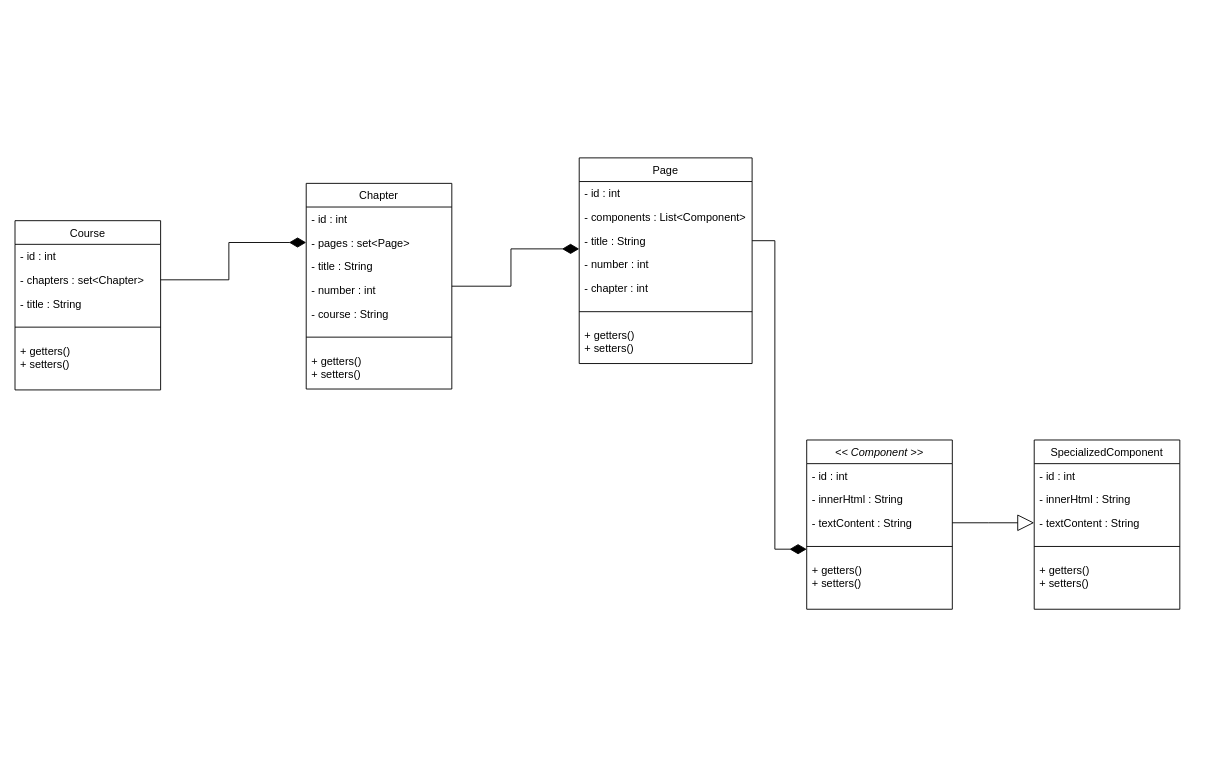
Before: system_design/wyswyg-editor.drawio in tomcruzana/wyswyg-article-editor, a draw.io diagram. Source tidied: cells renumbered, new cells numbered last; positions are measured from the earlier drawing's top-left corner, leaving out a move shared by most shapes. Both pictures are drawn from the tidied source at 91%, with x=0, y=0 at pixel (15, 157).
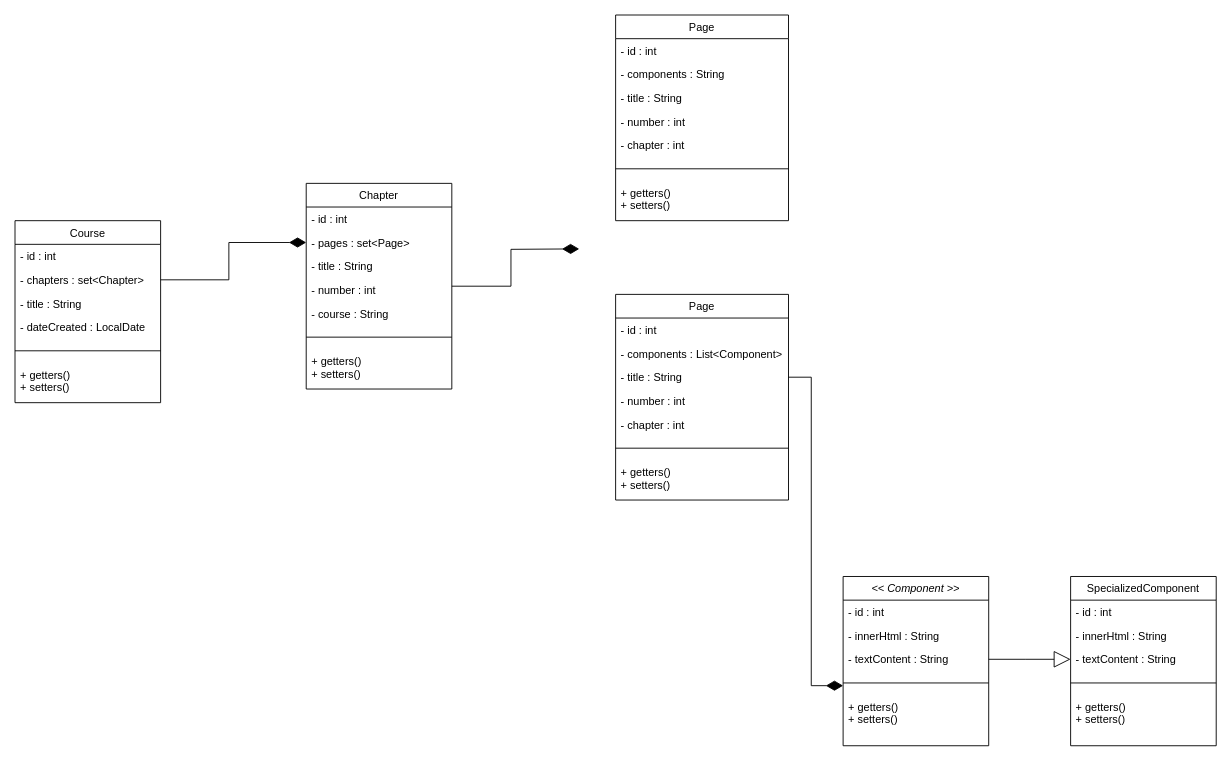
After the change.

The change refers to these unchanged cells:
```xml
<mxCell id="4" value="- chapters : set&lt;Chapter&gt;" style="text;align=left;verticalAlign=top;spacingLeft=4;spacingRight=4;overflow=hidden;points=[[0,0.5],[1,0.5]];portConstraint=eastwest;rounded=0;shadow=0;html=0;" parent="2" vertex="1">
  <mxGeometry y="52" width="160" height="26" as="geometry" />
</mxCell>
<mxCell id="9" value="Chapter" style="swimlane;fontStyle=0;align=center;verticalAlign=top;horizontal=1;startSize=26;rounded=0;shadow=0;strokeWidth=1;" parent="1" vertex="1">
  <mxGeometry x="320" y="28" width="160" height="226" as="geometry" />
</mxCell>
<mxCell id="11" value="- pages : set&lt;Page&gt;" style="text;align=left;verticalAlign=top;spacingLeft=4;spacingRight=4;overflow=hidden;points=[[0,0.5],[1,0.5]];portConstraint=eastwest;rounded=0;shadow=0;html=0;" parent="9" vertex="1">
  <mxGeometry y="52" width="160" height="26" as="geometry" />
</mxCell>
```

Change to the diagram source:
```diff
@@
     <mxCell id="2" value="Course" style="swimlane;fontStyle=0;align=center;verticalAlign=top;horizontal=1;startSize=26;rounded=0;shadow=0;strokeWidth=1;" parent="1" vertex="1">
-      <mxGeometry y="69" width="160" height="186" as="geometry" />
+      <mxGeometry y="69" width="160" height="200" as="geometry" />
     </mxCell>
@@
+    <mxCell id="40" value="- dateCreated : LocalDate" style="text;align=left;verticalAlign=top;spacingLeft=4;spacingRight=4;overflow=hidden;rounded=0;shadow=0;html=0;" parent="2" vertex="1">
+      <mxGeometry y="104" width="160" height="26" as="geometry" />
+    </mxCell>
     <mxCell id="6" style="line;html=1;strokeWidth=1;align=left;verticalAlign=middle;spacingTop=-1;spacingLeft=3;spacingRight=3;labelPosition=right;" parent="2" vertex="1">
-      <mxGeometry y="104" width="160" height="26" as="geometry" />
+      <mxGeometry y="130" width="160" height="26" as="geometry" />
     </mxCell>
     <mxCell id="7" value="+ getters()&#10;+ setters()" style="text;align=left;verticalAlign=top;spacingLeft=4;spacingRight=4;overflow=hidden;" parent="2" vertex="1">
-      <mxGeometry y="130" width="160" height="44" as="geometry" />
+      <mxGeometry y="156" width="160" height="44" as="geometry" />
     </mxCell>
-    <mxCell id="8" style="edgeStyle=orthogonalEdgeStyle;rounded=0;jettySize=auto;html=1;entryX=0;entryY=0.846;entryDx=0;entryDy=0;entryPerimeter=0;endArrow=diamondThin;endFill=1;endSize=16;strokeWidth=1;" parent="1" edge="1" source="9" target="20">
-      <mxGeometry relative="1" as="geometry" />
+    <mxCell id="8" style="edgeStyle=orthogonalEdgeStyle;rounded=0;jettySize=auto;html=1;entryX=0;entryY=0.846;entryDx=0;entryDy=0;entryPerimeter=0;endArrow=diamondThin;endFill=1;endSize=16;strokeWidth=1;" parent="1" edge="1" source="9">
+      <mxGeometry relative="1" as="geometry">
+        <mxPoint x="620" y="100" as="targetPoint" />
+      </mxGeometry>
     </mxCell>
@@
-    <mxCell id="17" value="Page" style="swimlane;fontStyle=0;align=center;verticalAlign=top;horizontal=1;startSize=26;rounded=0;shadow=0;strokeWidth=1;" parent="1" vertex="1">
-      <mxGeometry x="620" width="190" height="226" as="geometry" />
-    </mxCell>
-    <mxCell id="18" value="- id : int" style="text;align=left;verticalAlign=top;spacingLeft=4;spacingRight=4;overflow=hidden;" parent="17" vertex="1">
-      <mxGeometry y="26" width="190" height="26" as="geometry" />
-    </mxCell>
+    <mxCell id="38" style="edgeStyle=orthogonalEdgeStyle;rounded=0;jettySize=auto;html=1;entryX=0;entryY=0.5;entryDx=0;entryDy=0;endArrow=diamondThin;endFill=1;endSize=16;strokeWidth=1;" parent="1" edge="1" source="4" target="11">
+      <mxGeometry relative="1" as="geometry" />
+    </mxCell>
+    <mxCell id="41" value="Page" style="swimlane;fontStyle=0;align=center;verticalAlign=top;horizontal=1;startSize=26;rounded=0;shadow=0;strokeWidth=1;" parent="1" vertex="1">
+      <mxGeometry x="660" y="150" width="190" height="226" as="geometry" />
+    </mxCell>
+    <mxCell id="42" value="- id : int" style="text;align=left;verticalAlign=top;spacingLeft=4;spacingRight=4;overflow=hidden;" parent="41" vertex="1">
+      <mxGeometry y="26" width="190" height="26" as="geometry" />
+    </mxCell>
-    <mxCell id="19" value="- components : List&lt;Component&gt;" style="text;align=left;verticalAlign=top;spacingLeft=4;spacingRight=4;overflow=hidden;rounded=0;shadow=0;html=0;" parent="17" vertex="1">
+    <mxCell id="19" value="- components : List&lt;Component&gt;" style="text;align=left;verticalAlign=top;spacingLeft=4;spacingRight=4;overflow=hidden;rounded=0;shadow=0;html=0;" parent="41" vertex="1">
       <mxGeometry y="52" width="190" height="26" as="geometry" />
     </mxCell>
-    <mxCell id="20" value="- title : String" style="text;align=left;verticalAlign=top;spacingLeft=4;spacingRight=4;overflow=hidden;points=[[0,0.5],[1,0.5]];portConstraint=eastwest;rounded=0;shadow=0;html=0;" parent="17" vertex="1">
-      <mxGeometry y="78" width="190" height="26" as="geometry" />
-    </mxCell>
-    <mxCell id="21" value="- number : int" style="text;align=left;verticalAlign=top;spacingLeft=4;spacingRight=4;overflow=hidden;rounded=0;shadow=0;html=0;" parent="17" vertex="1">
-      <mxGeometry y="104" width="190" height="26" as="geometry" />
-    </mxCell>
-    <mxCell id="22" value="- chapter : int" style="text;align=left;verticalAlign=top;spacingLeft=4;spacingRight=4;overflow=hidden;rounded=0;shadow=0;html=0;" parent="17" vertex="1">
-      <mxGeometry y="130" width="190" height="26" as="geometry" />
-    </mxCell>
-    <mxCell id="23" style="line;html=1;strokeWidth=1;align=left;verticalAlign=middle;spacingTop=-1;spacingLeft=3;spacingRight=3;labelPosition=right;" parent="17" vertex="1">
-      <mxGeometry y="156" width="190" height="26" as="geometry" />
-    </mxCell>
-    <mxCell id="24" value="+ getters()&#10;+ setters()" style="text;align=left;verticalAlign=top;spacingLeft=4;spacingRight=4;overflow=hidden;" parent="17" vertex="1">
-      <mxGeometry y="182" width="190" height="44" as="geometry" />
-    </mxCell>
+    <mxCell id="43" value="- title : String" style="text;align=left;verticalAlign=top;spacingLeft=4;spacingRight=4;overflow=hidden;points=[[0,0.5],[1,0.5]];portConstraint=eastwest;rounded=0;shadow=0;html=0;" parent="41" vertex="1">
+      <mxGeometry y="78" width="190" height="26" as="geometry" />
+    </mxCell>
+    <mxCell id="44" value="- number : int" style="text;align=left;verticalAlign=top;spacingLeft=4;spacingRight=4;overflow=hidden;rounded=0;shadow=0;html=0;" parent="41" vertex="1">
+      <mxGeometry y="104" width="190" height="26" as="geometry" />
+    </mxCell>
+    <mxCell id="45" value="- chapter : int" style="text;align=left;verticalAlign=top;spacingLeft=4;spacingRight=4;overflow=hidden;rounded=0;shadow=0;html=0;" parent="41" vertex="1">
+      <mxGeometry y="130" width="190" height="26" as="geometry" />
+    </mxCell>
+    <mxCell id="46" style="line;html=1;strokeWidth=1;align=left;verticalAlign=middle;spacingTop=-1;spacingLeft=3;spacingRight=3;labelPosition=right;" parent="41" vertex="1">
+      <mxGeometry y="156" width="190" height="26" as="geometry" />
+    </mxCell>
+    <mxCell id="47" value="+ getters()&#10;+ setters()" style="text;align=left;verticalAlign=top;spacingLeft=4;spacingRight=4;overflow=hidden;" parent="41" vertex="1">
+      <mxGeometry y="182" width="190" height="44" as="geometry" />
+    </mxCell>
     <mxCell id="25" value="&lt;&lt; Component &gt;&gt;" style="swimlane;fontStyle=2;align=center;verticalAlign=top;horizontal=1;startSize=26;rounded=0;shadow=0;strokeWidth=1;" parent="1" vertex="1">
-      <mxGeometry x="870" y="310" width="160" height="186" as="geometry" />
+      <mxGeometry x="910" y="460" width="160" height="186" as="geometry" />
     </mxCell>
-    <mxCell id="26" value="- id : int" style="text;align=left;verticalAlign=top;spacingLeft=4;spacingRight=4;overflow=hidden;" parent="25" vertex="1">
-      <mxGeometry y="26" width="160" height="26" as="geometry" />
-    </mxCell>
-    <mxCell id="27" value="- innerHtml : String" style="text;align=left;verticalAlign=top;spacingLeft=4;spacingRight=4;overflow=hidden;rounded=0;shadow=0;html=0;" parent="25" vertex="1">
-      <mxGeometry y="52" width="160" height="26" as="geometry" />
-    </mxCell>
-    <mxCell id="28" value="- textContent : String" style="text;align=left;verticalAlign=top;spacingLeft=4;spacingRight=4;overflow=hidden;points=[[0,0.5],[1,0.5]];portConstraint=eastwest;rounded=0;shadow=0;html=0;" parent="25" vertex="1">
-      <mxGeometry y="78" width="160" height="26" as="geometry" />
-    </mxCell>
-    <mxCell id="29" style="line;html=1;strokeWidth=1;align=left;verticalAlign=middle;spacingTop=-1;spacingLeft=3;spacingRight=3;labelPosition=right;points=[];portConstraint=eastwest;" parent="25" vertex="1">
-      <mxGeometry y="104" width="160" height="26" as="geometry" />
-    </mxCell>
-    <mxCell id="30" value="+ getters()&#10;+ setters()" style="text;align=left;verticalAlign=top;spacingLeft=4;spacingRight=4;overflow=hidden;" parent="25" vertex="1">
-      <mxGeometry y="130" width="160" height="44" as="geometry" />
-    </mxCell>
-    <mxCell id="31" style="edgeStyle=orthogonalEdgeStyle;rounded=0;jettySize=auto;html=1;endArrow=block;endFill=0;strokeWidth=1;endSize=16;" parent="1" edge="1" source="28">
-      <mxGeometry relative="1" as="geometry">
-        <mxPoint x="1120" y="401" as="targetPoint" />
-      </mxGeometry>
-    </mxCell>
+    <mxCell id="48" value="- id : int" style="text;align=left;verticalAlign=top;spacingLeft=4;spacingRight=4;overflow=hidden;" parent="25" vertex="1">
+      <mxGeometry y="26" width="160" height="26" as="geometry" />
+    </mxCell>
+    <mxCell id="49" value="- innerHtml : String" style="text;align=left;verticalAlign=top;spacingLeft=4;spacingRight=4;overflow=hidden;rounded=0;shadow=0;html=0;" parent="25" vertex="1">
+      <mxGeometry y="52" width="160" height="26" as="geometry" />
+    </mxCell>
+    <mxCell id="50" value="- textContent : String" style="text;align=left;verticalAlign=top;spacingLeft=4;spacingRight=4;overflow=hidden;points=[[0,0.5],[1,0.5]];portConstraint=eastwest;rounded=0;shadow=0;html=0;" parent="25" vertex="1">
+      <mxGeometry y="78" width="160" height="26" as="geometry" />
+    </mxCell>
+    <mxCell id="51" style="line;html=1;strokeWidth=1;align=left;verticalAlign=middle;spacingTop=-1;spacingLeft=3;spacingRight=3;labelPosition=right;points=[];portConstraint=eastwest;" parent="25" vertex="1">
+      <mxGeometry y="104" width="160" height="26" as="geometry" />
+    </mxCell>
+    <mxCell id="52" value="+ getters()&#10;+ setters()" style="text;align=left;verticalAlign=top;spacingLeft=4;spacingRight=4;overflow=hidden;" parent="25" vertex="1">
+      <mxGeometry y="130" width="160" height="44" as="geometry" />
+    </mxCell>
+    <mxCell id="53" style="edgeStyle=orthogonalEdgeStyle;rounded=0;jettySize=auto;html=1;endArrow=block;endFill=0;strokeWidth=1;endSize=16;" parent="1" edge="1" source="50">
+      <mxGeometry relative="1" as="geometry">
+        <mxPoint x="1160" y="551" as="targetPoint" />
+      </mxGeometry>
+    </mxCell>
     <mxCell id="32" value="SpecializedComponent" style="swimlane;fontStyle=0;align=center;verticalAlign=top;horizontal=1;startSize=26;rounded=0;shadow=0;strokeWidth=1;" parent="1" vertex="1">
-      <mxGeometry x="1120" y="310" width="160" height="186" as="geometry" />
+      <mxGeometry x="1160" y="460" width="160" height="186" as="geometry" />
     </mxCell>
-    <mxCell id="33" value="- id : int" style="text;align=left;verticalAlign=top;spacingLeft=4;spacingRight=4;overflow=hidden;" parent="32" vertex="1">
-      <mxGeometry y="26" width="160" height="26" as="geometry" />
-    </mxCell>
-    <mxCell id="34" value="- innerHtml : String" style="text;align=left;verticalAlign=top;spacingLeft=4;spacingRight=4;overflow=hidden;rounded=0;shadow=0;html=0;" parent="32" vertex="1">
-      <mxGeometry y="52" width="160" height="26" as="geometry" />
-    </mxCell>
-    <mxCell id="35" value="- textContent : String" style="text;align=left;verticalAlign=top;spacingLeft=4;spacingRight=4;overflow=hidden;rounded=0;shadow=0;html=0;" parent="32" vertex="1">
-      <mxGeometry y="78" width="160" height="26" as="geometry" />
-    </mxCell>
-    <mxCell id="36" style="line;html=1;strokeWidth=1;align=left;verticalAlign=middle;spacingTop=-1;spacingLeft=3;spacingRight=3;labelPosition=right;" parent="32" vertex="1">
-      <mxGeometry y="104" width="160" height="26" as="geometry" />
-    </mxCell>
-    <mxCell id="37" value="+ getters()&#10;+ setters()" style="text;align=left;verticalAlign=top;spacingLeft=4;spacingRight=4;overflow=hidden;" parent="32" vertex="1">
-      <mxGeometry y="130" width="160" height="44" as="geometry" />
-    </mxCell>
-    <mxCell id="38" style="edgeStyle=orthogonalEdgeStyle;rounded=0;jettySize=auto;html=1;entryX=0;entryY=0.5;entryDx=0;entryDy=0;endArrow=diamondThin;endFill=1;endSize=16;strokeWidth=1;" parent="1" edge="1" source="4" target="11">
-      <mxGeometry relative="1" as="geometry" />
-    </mxCell>
-    <mxCell id="39" style="edgeStyle=orthogonalEdgeStyle;rounded=0;jettySize=auto;html=1;entryX=0;entryY=0.615;entryDx=0;entryDy=0;entryPerimeter=0;endArrow=diamondThin;endFill=1;endSize=16;strokeWidth=1;" parent="1" edge="1" source="20" target="29">
-      <mxGeometry relative="1" as="geometry" />
-    </mxCell>
+    <mxCell id="54" value="- id : int" style="text;align=left;verticalAlign=top;spacingLeft=4;spacingRight=4;overflow=hidden;" parent="32" vertex="1">
+      <mxGeometry y="26" width="160" height="26" as="geometry" />
+    </mxCell>
+    <mxCell id="55" value="- innerHtml : String" style="text;align=left;verticalAlign=top;spacingLeft=4;spacingRight=4;overflow=hidden;rounded=0;shadow=0;html=0;" parent="32" vertex="1">
+      <mxGeometry y="52" width="160" height="26" as="geometry" />
+    </mxCell>
+    <mxCell id="56" value="- textContent : String" style="text;align=left;verticalAlign=top;spacingLeft=4;spacingRight=4;overflow=hidden;rounded=0;shadow=0;html=0;" parent="32" vertex="1">
+      <mxGeometry y="78" width="160" height="26" as="geometry" />
+    </mxCell>
+    <mxCell id="57" style="line;html=1;strokeWidth=1;align=left;verticalAlign=middle;spacingTop=-1;spacingLeft=3;spacingRight=3;labelPosition=right;" parent="32" vertex="1">
+      <mxGeometry y="104" width="160" height="26" as="geometry" />
+    </mxCell>
+    <mxCell id="58" value="+ getters()&#10;+ setters()" style="text;align=left;verticalAlign=top;spacingLeft=4;spacingRight=4;overflow=hidden;" parent="32" vertex="1">
+      <mxGeometry y="130" width="160" height="44" as="geometry" />
+    </mxCell>
+    <mxCell id="59" style="edgeStyle=orthogonalEdgeStyle;rounded=0;jettySize=auto;html=1;entryX=0;entryY=0.615;entryDx=0;entryDy=0;entryPerimeter=0;endArrow=diamondThin;endFill=1;endSize=16;strokeWidth=1;" parent="1" edge="1" source="43" target="51">
+      <mxGeometry relative="1" as="geometry" />
+    </mxCell>
+    <mxCell id="60" value="Page" style="swimlane;fontStyle=0;align=center;verticalAlign=top;horizontal=1;startSize=26;rounded=0;shadow=0;strokeWidth=1;" parent="1" vertex="1">
+      <mxGeometry x="660" y="-157" width="190" height="226" as="geometry" />
+    </mxCell>
+    <mxCell id="61" value="- id : int" style="text;align=left;verticalAlign=top;spacingLeft=4;spacingRight=4;overflow=hidden;" parent="60" vertex="1">
+      <mxGeometry y="26" width="190" height="26" as="geometry" />
+    </mxCell>
+    <mxCell id="62" value="- components : String" style="text;align=left;verticalAlign=top;spacingLeft=4;spacingRight=4;overflow=hidden;rounded=0;shadow=0;html=0;" parent="60" vertex="1">
+      <mxGeometry y="52" width="190" height="26" as="geometry" />
+    </mxCell>
+    <mxCell id="63" value="- title : String" style="text;align=left;verticalAlign=top;spacingLeft=4;spacingRight=4;overflow=hidden;rounded=0;shadow=0;html=0;" parent="60" vertex="1">
+      <mxGeometry y="78" width="190" height="26" as="geometry" />
+    </mxCell>
+    <mxCell id="64" value="- number : int" style="text;align=left;verticalAlign=top;spacingLeft=4;spacingRight=4;overflow=hidden;rounded=0;shadow=0;html=0;" parent="60" vertex="1">
+      <mxGeometry y="104" width="190" height="26" as="geometry" />
+    </mxCell>
+    <mxCell id="65" value="- chapter : int" style="text;align=left;verticalAlign=top;spacingLeft=4;spacingRight=4;overflow=hidden;rounded=0;shadow=0;html=0;" parent="60" vertex="1">
+      <mxGeometry y="130" width="190" height="26" as="geometry" />
+    </mxCell>
+    <mxCell id="66" style="line;html=1;strokeWidth=1;align=left;verticalAlign=middle;spacingTop=-1;spacingLeft=3;spacingRight=3;labelPosition=right;" parent="60" vertex="1">
+      <mxGeometry y="156" width="190" height="26" as="geometry" />
+    </mxCell>
+    <mxCell id="67" value="+ getters()&#10;+ setters()" style="text;align=left;verticalAlign=top;spacingLeft=4;spacingRight=4;overflow=hidden;" parent="60" vertex="1">
+      <mxGeometry y="182" width="190" height="44" as="geometry" />
+    </mxCell>
```
